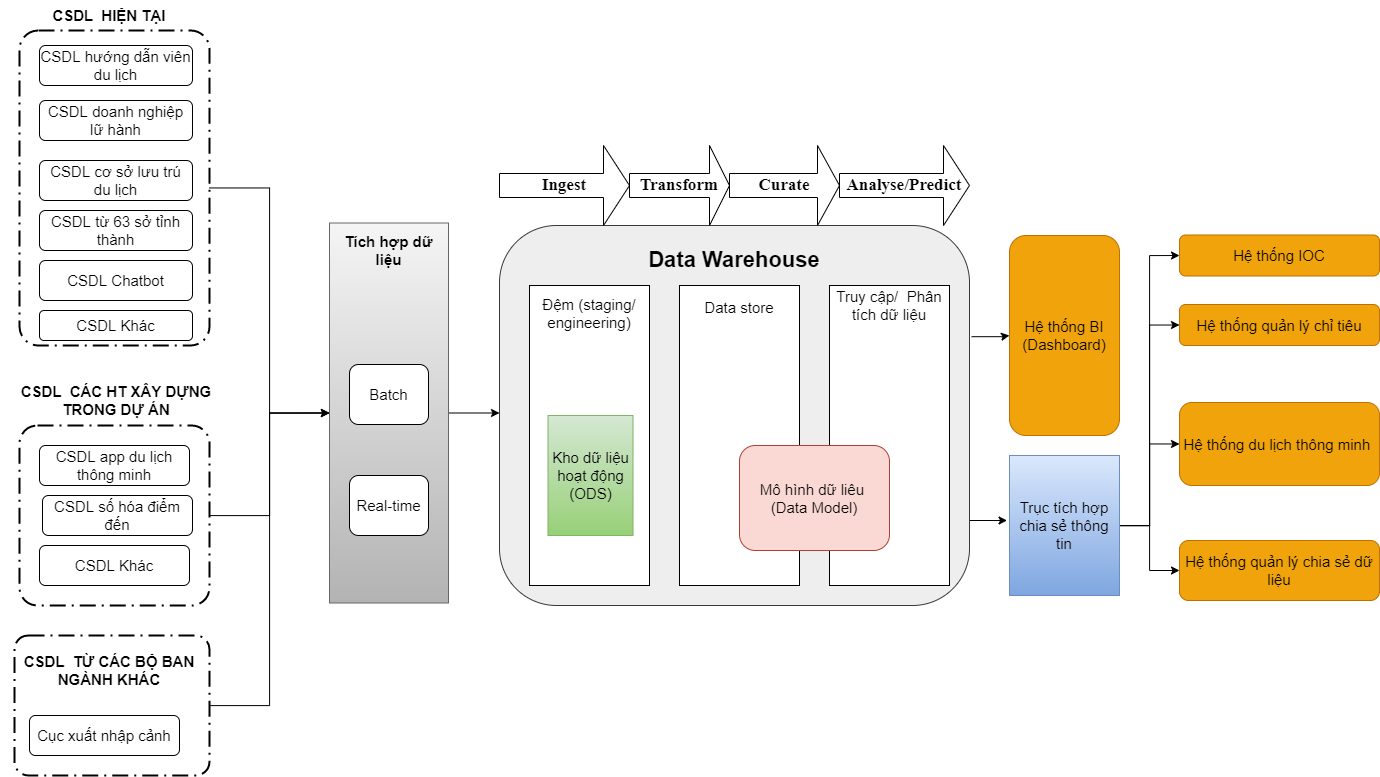
letheanh12345/Draw-io keeps this draw.io diagram as tcdl-Page-3.drawio.png. Above is the earlier version. Source tidied: cells renumbered, new cells last; positions are measured from the earlier drawing's top-left corner, leaving out a move shared by most shapes.
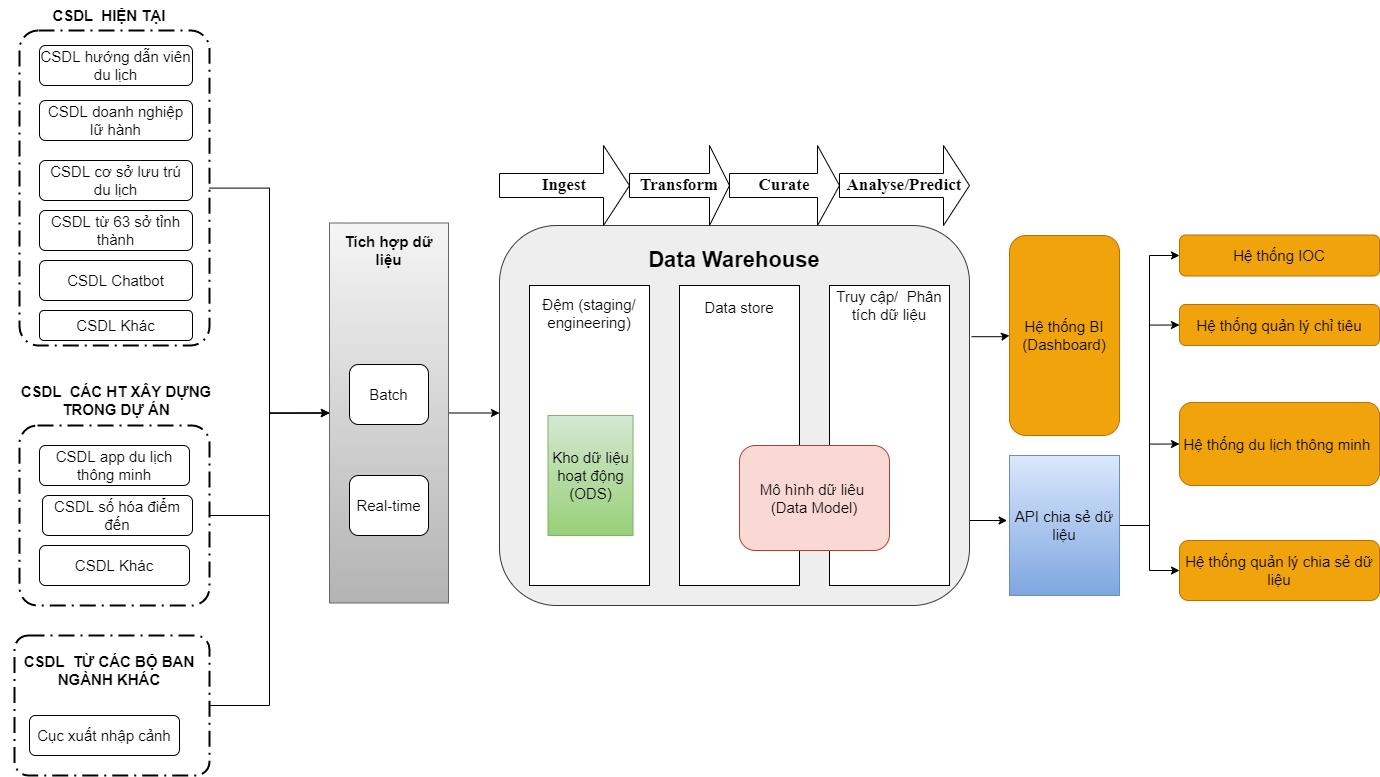
Later version of the same file.

The edit, as a diff of the source:
```diff
@@ -142,7 +142,7 @@
     <mxCell id="42" style="edgeStyle=orthogonalEdgeStyle;rounded=0;jettySize=auto;html=1;entryX=0;entryY=0.5;entryDx=0;entryDy=0;" parent="1" edge="1" source="43" target="47">
       <mxGeometry relative="1" as="geometry" />
     </mxCell>
-    <mxCell id="43" value="Trục tích hợp chia sẻ thông tin" style="rounded=0;whiteSpace=wrap;html=1;fontSize=15;fillColor=#dae8fc;gradientColor=#7ea6e0;strokeColor=#6c8ebf;" parent="1" vertex="1">
+    <mxCell id="43" value="API chia sẻ dữ liệu" style="rounded=0;whiteSpace=wrap;html=1;fontSize=15;fillColor=#dae8fc;gradientColor=#7ea6e0;strokeColor=#6c8ebf;" parent="1" vertex="1">
       <mxGeometry x="1008" y="455" width="110" height="140" as="geometry" />
     </mxCell>
     <mxCell id="44" value="Hệ thống IOC" style="rounded=1;whiteSpace=wrap;html=1;fontSize=15;fillColor=#f0a30a;fontColor=#000000;strokeColor=#BD7000;" parent="1" vertex="1">
```
